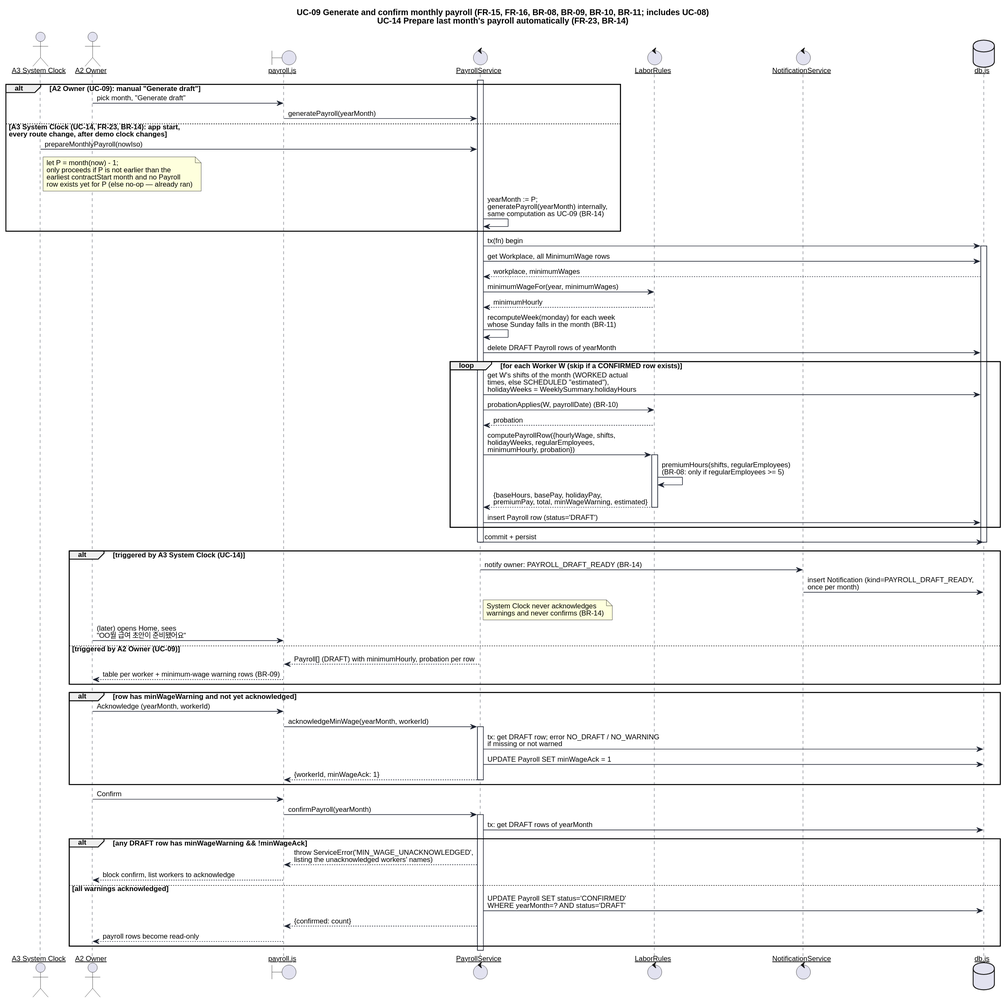
The PlantUML diagram uml/seq-4-payroll.svg in keemlogan/shiftswap, before a commit.
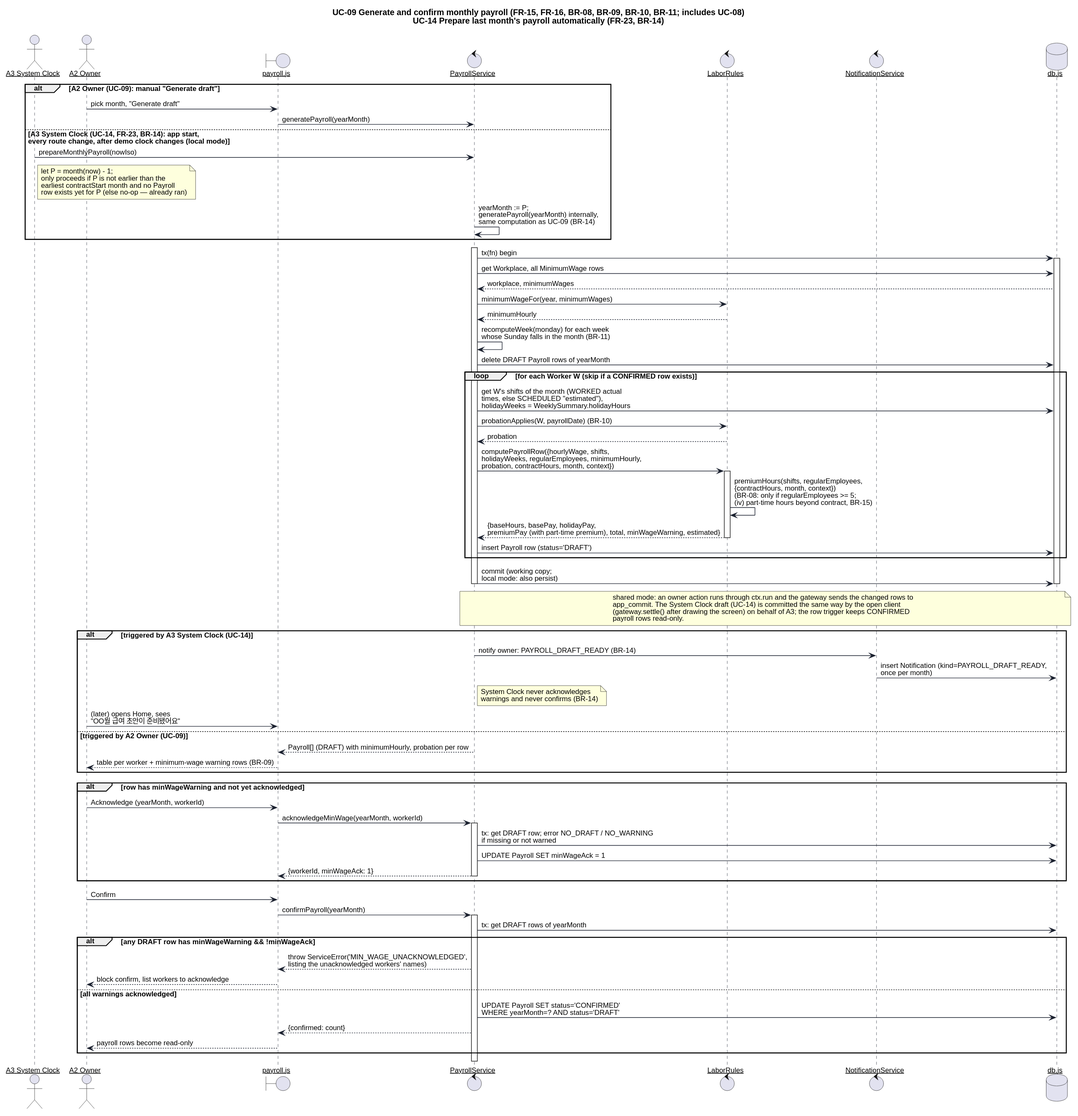
Above is the later version.

What changed in the source:
```diff
@@ -28,7 +28,7 @@
 alt A2 Owner (UC-09): manual "Generate draft"
   Owner -> UI : pick month, "Generate draft"
   UI -> Svc : generatePayroll(yearMonth)
-else A3 System Clock (UC-14, FR-23, BR-14): app start,\nevery route change, after demo clock changes
+else A3 System Clock (UC-14, FR-23, BR-14): app start,\nevery route change, after demo clock changes (local mode)
   Clock -> Svc : prepareMonthlyPayroll(nowIso)
   note right of Clock : let P = month(now) - 1;\nonly proceeds if P is not earlier than the\nearliest contractStart month and no Payroll\nrow exists yet for P (else no-op — already ran)
   Svc -> Svc : yearMonth := P;\ngeneratePayroll(yearMonth) internally,\nsame computation as UC-09 (BR-14)
@@ -50,17 +50,24 @@
   Svc -> DB : get W's shifts of the month (WORKED actual\ntimes, else SCHEDULED "estimated"),\nholidayWeeks = WeeklySummary.holidayHours
   Svc -> Rules : probationApplies(W, payrollDate) (BR-10)
   Rules --> Svc : probation
-  Svc -> Rules : computePayrollRow({hourlyWage, shifts,\nholidayWeeks, regularEmployees,\nminimumHourly, probation})
+  Svc -> Rules : computePayrollRow({hourlyWage, shifts,\nholidayWeeks, regularEmployees, minimumHourly,\nprobation, contractHours, month, context})
   activate Rules
-  Rules -> Rules : premiumHours(shifts, regularEmployees)\n(BR-08: only if regularEmployees >= 5)
-  Rules --> Svc : {baseHours, basePay, holidayPay,\npremiumPay, total, minWageWarning, estimated}
+  Rules -> Rules : premiumHours(shifts, regularEmployees,\n{contractHours, month, context})\n(BR-08: only if regularEmployees >= 5;\n(iv) part-time hours beyond contract, BR-15)
+  Rules --> Svc : {baseHours, basePay, holidayPay,\npremiumPay (with part-time premium), total, minWageWarning, estimated}
   deactivate Rules
   Svc -> DB : insert Payroll row (status='DRAFT')
 end
 
-Svc -> DB : commit + persist
+Svc -> DB : commit (working copy;\nlocal mode: also persist)
 deactivate DB
 deactivate Svc
+
+note over Svc, DB
+  shared mode: an owner action runs through ctx.run and the gateway sends the changed rows to
+  app_commit. The System Clock draft (UC-14) is committed the same way by the open client
+  (gateway.settle() after drawing the screen) on behalf of A3; the row trigger keeps CONFIRMED
+  payroll rows read-only.
+end note
 
 alt triggered by A3 System Clock (UC-14)
   Svc -> Notif : notify owner: PAYROLL_DRAFT_READY (BR-14)
```
